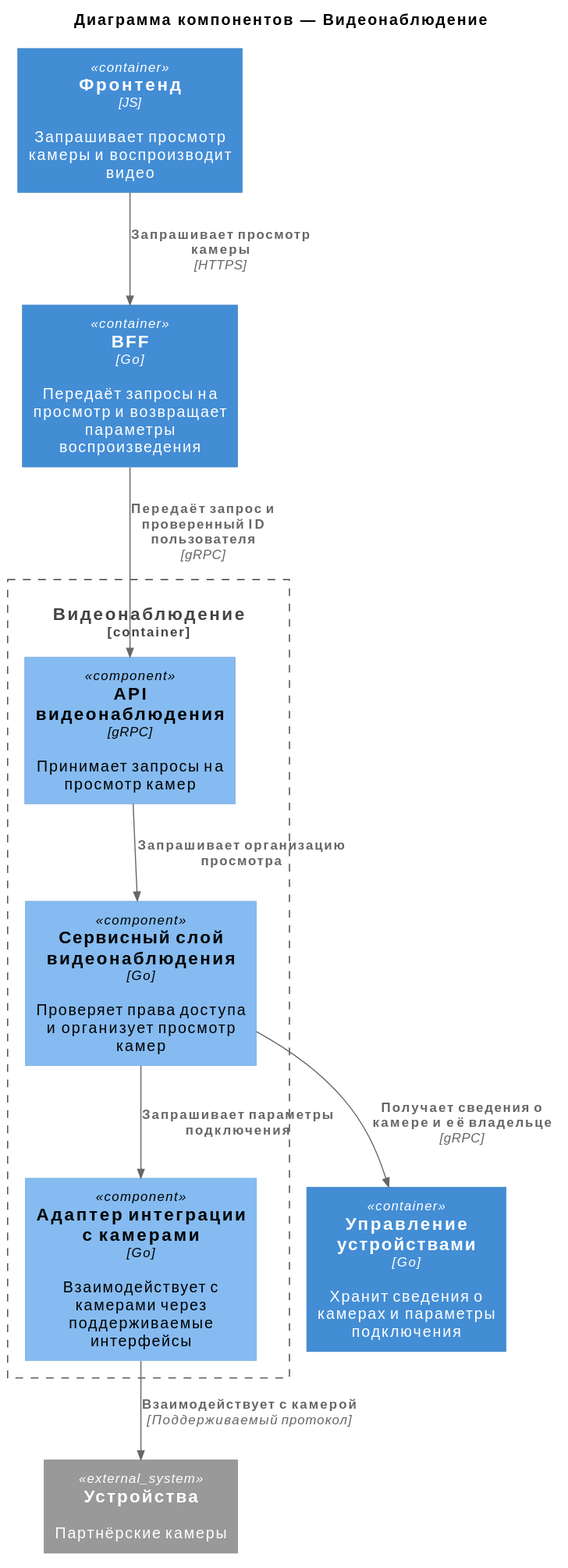
Before: schemas/2/component/components-video.svg, a diagram exported from PlantUML (NikolosHGW/architecture-pro-warmhouse).
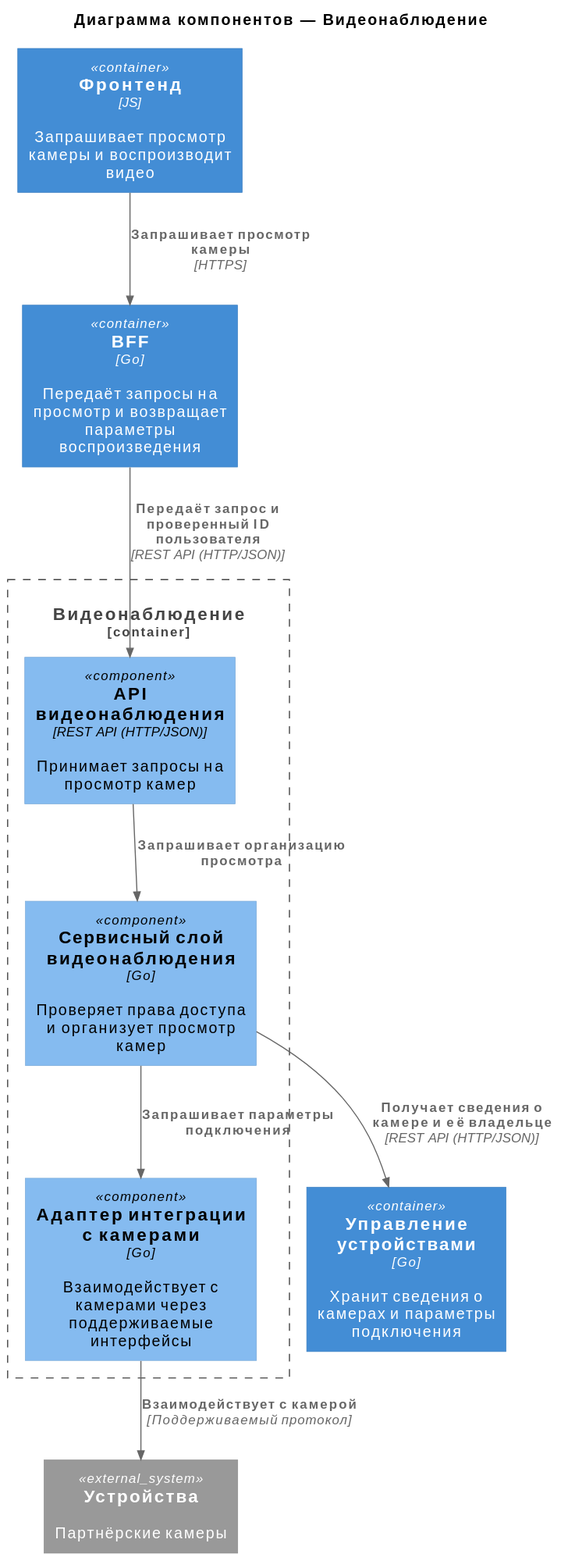
Later version of the same file.

Change to the diagram source:
```diff
@@ -9,7 +9,7 @@
 System_Ext(user_devices, "Устройства", "Партнёрские камеры")
 
 Container_Boundary(video, "Видеонаблюдение") {
-    Component(video_handler, "API видеонаблюдения", "gRPC", "Принимает запросы на просмотр камер")
+    Component(video_handler, "API видеонаблюдения", "REST API (HTTP/JSON)", "Принимает запросы на просмотр камер")
 
     Component(video_service, "Сервисный слой видеонаблюдения", "Go", "Проверяет права доступа и организует просмотр камер")
 
@@ -17,9 +17,9 @@
 }
 
 Rel(web_client, bff, "Запрашивает просмотр камеры", "HTTPS")
-Rel(bff, video_handler, "Передаёт запрос и проверенный ID пользователя", "gRPC")
+Rel(bff, video_handler, "Передаёт запрос и проверенный ID пользователя", "REST API (HTTP/JSON)")
 Rel(video_handler, video_service, "Запрашивает организацию просмотра")
-Rel(video_service, devices, "Получает сведения о камере и её владельце", "gRPC")
+Rel(video_service, devices, "Получает сведения о камере и её владельце", "REST API (HTTP/JSON)")
 Rel(video_service, camera_client, "Запрашивает параметры подключения")
 Rel(camera_client, user_devices, "Взаимодействует с камерой", "Поддерживаемый протокол")
 @enduml
```
